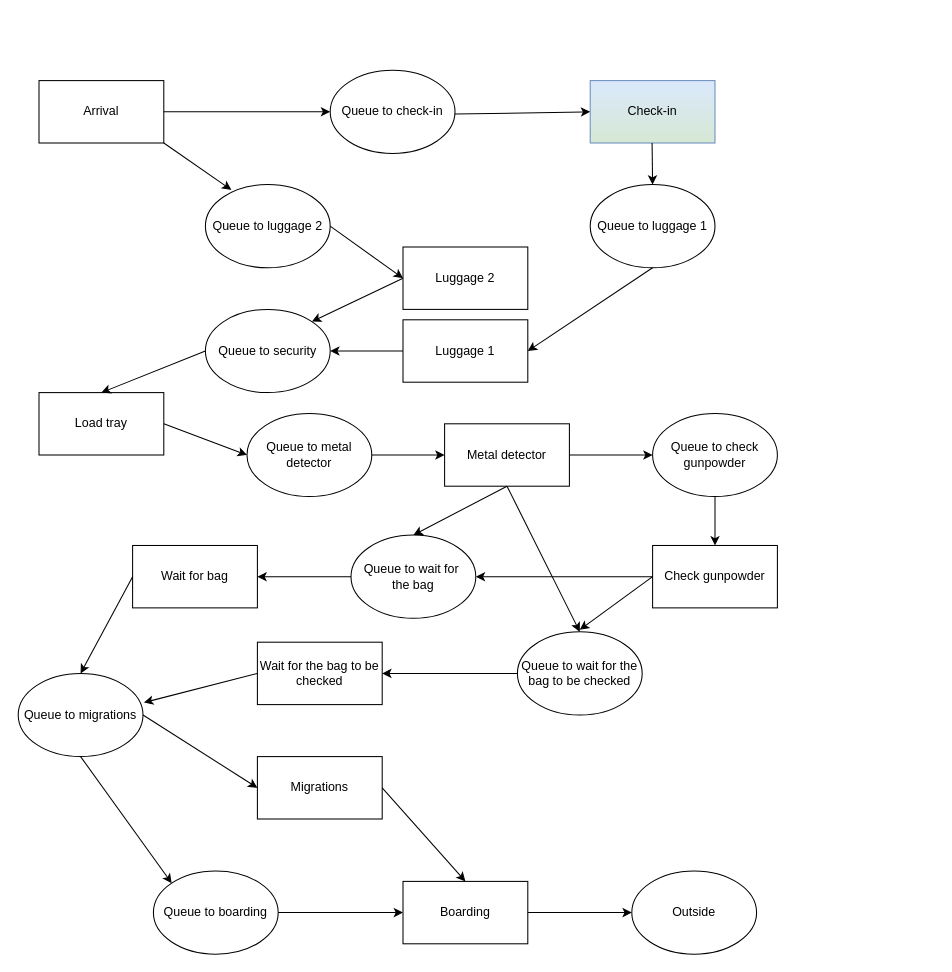
Above: Untitled Diagram.drawio in martabarretoramalho/SCM (draw.io), before the change. Source tidied: cells renumbered, new cells numbered last; positions are measured from the earlier drawing's top-left corner, leaving out a move shared by most shapes. Both pictures are drawn from the tidied source at 104%, with x=0, y=0 at pixel (18, 70).
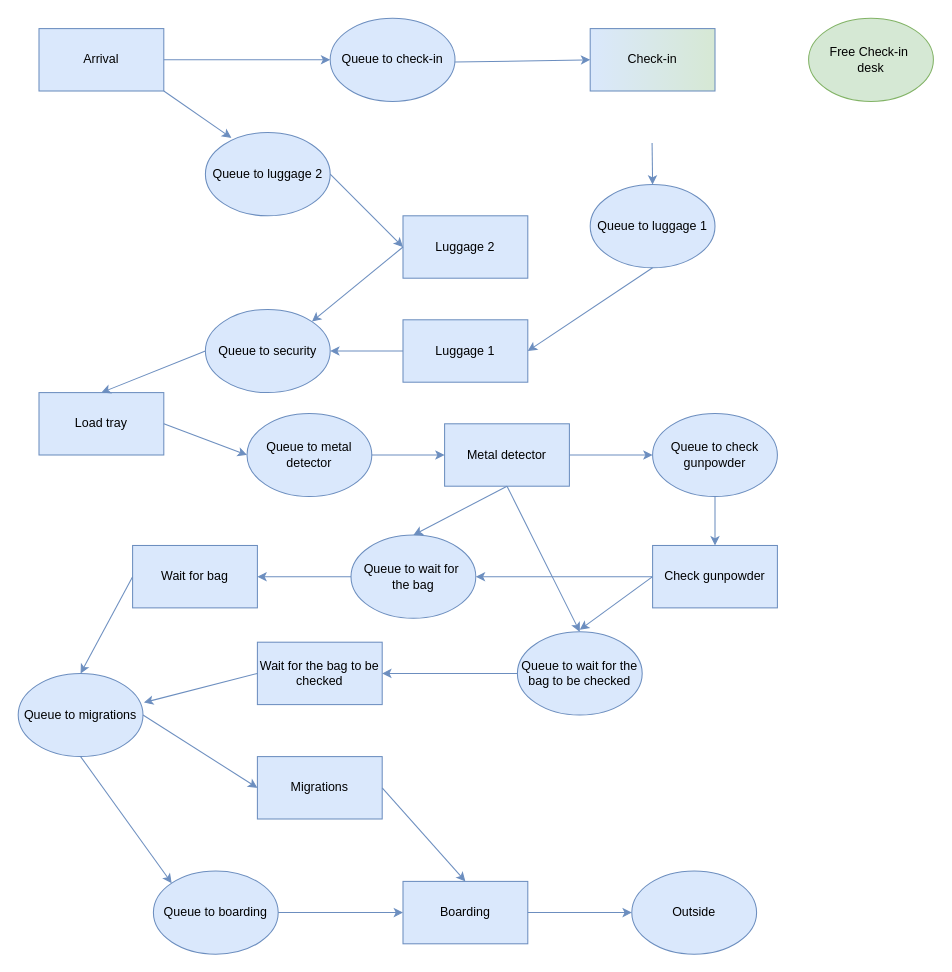
After the change.

What changed in the source:
```diff
@@
-    <mxCell id="2" value="Queue to check-in" style="ellipse;whiteSpace=wrap;html=1;" parent="1" vertex="1">
-      <mxGeometry x="300" width="120" height="80" as="geometry" />
+    <mxCell id="2" value="Queue to check-in" style="ellipse;whiteSpace=wrap;html=1;fillColor=#dae8fc;strokeColor=#6c8ebf;" parent="1" vertex="1">
+      <mxGeometry x="300" y="-50" width="120" height="80" as="geometry" />
     </mxCell>
-    <mxCell id="3" value="Arrival" style="rounded=0;whiteSpace=wrap;html=1;" parent="1" vertex="1">
-      <mxGeometry x="20" y="10" width="120" height="60" as="geometry" />
+    <mxCell id="3" value="Arrival" style="rounded=0;whiteSpace=wrap;html=1;fillColor=#dae8fc;strokeColor=#6c8ebf;" parent="1" vertex="1">
+      <mxGeometry x="20" y="-40" width="120" height="60" as="geometry" />
     </mxCell>
-    <mxCell id="4" value="Check-in" style="rounded=0;whiteSpace=wrap;html=1;fillColor=#dae8fc;strokeColor=#6c8ebf;gradientColor=#d6e8d4;" parent="1" vertex="1">
-      <mxGeometry x="550" y="10" width="120" height="60" as="geometry" />
+    <mxCell id="4" value="Check-in" style="rounded=0;whiteSpace=wrap;html=1;fillColor=#dae8fc;gradientDirection=east;strokeColor=#6c8ebf;gradientColor=#d6e8d4;" parent="1" vertex="1">
+      <mxGeometry x="550" y="-40" width="120" height="60" as="geometry" />
     </mxCell>
-    <mxCell id="5" value="Queue to luggage 1" style="ellipse;whiteSpace=wrap;html=1;" parent="1" vertex="1">
+    <mxCell id="5" value="Queue to luggage 1" style="ellipse;whiteSpace=wrap;html=1;fillColor=#dae8fc;strokeColor=#6c8ebf;" parent="1" vertex="1">
       <mxGeometry x="550" y="110" width="120" height="80" as="geometry" />
     </mxCell>
-    <mxCell id="6" value="Luggage 1" style="rounded=0;whiteSpace=wrap;html=1;" parent="1" vertex="1">
+    <mxCell id="6" value="Luggage 1" style="rounded=0;whiteSpace=wrap;html=1;fillColor=#dae8fc;strokeColor=#6c8ebf;" parent="1" vertex="1">
       <mxGeometry x="370" y="240" width="120" height="60" as="geometry" />
     </mxCell>
-    <mxCell id="7" value="Queue to luggage 2" style="ellipse;whiteSpace=wrap;html=1;" parent="1" vertex="1">
-      <mxGeometry x="180" y="110" width="120" height="80" as="geometry" />
+    <mxCell id="7" value="Queue to luggage 2" style="ellipse;whiteSpace=wrap;html=1;fillColor=#dae8fc;strokeColor=#6c8ebf;" parent="1" vertex="1">
+      <mxGeometry x="180" y="60" width="120" height="80" as="geometry" />
     </mxCell>
-    <mxCell id="8" value="Luggage 2" style="rounded=0;whiteSpace=wrap;html=1;" parent="1" vertex="1">
-      <mxGeometry x="370" y="170" width="120" height="60" as="geometry" />
+    <mxCell id="8" value="Luggage 2" style="rounded=0;whiteSpace=wrap;html=1;fillColor=#dae8fc;strokeColor=#6c8ebf;" parent="1" vertex="1">
+      <mxGeometry x="370" y="140" width="120" height="60" as="geometry" />
     </mxCell>
-    <mxCell id="9" value="Queue to security" style="ellipse;whiteSpace=wrap;html=1;" parent="1" vertex="1">
+    <mxCell id="9" value="Queue to security" style="ellipse;whiteSpace=wrap;html=1;fillColor=#dae8fc;strokeColor=#6c8ebf;" parent="1" vertex="1">
       <mxGeometry x="180" y="230" width="120" height="80" as="geometry" />
     </mxCell>
-    <mxCell id="10" value="Load tray" style="rounded=0;whiteSpace=wrap;html=1;" parent="1" vertex="1">
+    <mxCell id="10" value="Load tray" style="rounded=0;whiteSpace=wrap;html=1;fillColor=#dae8fc;strokeColor=#6c8ebf;" parent="1" vertex="1">
       <mxGeometry x="20" y="310" width="120" height="60" as="geometry" />
     </mxCell>
-    <mxCell id="11" value="Queue to migrations" style="ellipse;whiteSpace=wrap;html=1;" parent="1" vertex="1">
+    <mxCell id="11" value="Queue to migrations" style="ellipse;whiteSpace=wrap;html=1;fillColor=#dae8fc;strokeColor=#6c8ebf;" parent="1" vertex="1">
       <mxGeometry y="580" width="120" height="80" as="geometry" />
     </mxCell>
-    <mxCell id="12" value="Migrations" style="rounded=0;whiteSpace=wrap;html=1;" parent="1" vertex="1">
+    <mxCell id="12" value="Migrations" style="rounded=0;whiteSpace=wrap;html=1;fillColor=#dae8fc;strokeColor=#6c8ebf;" parent="1" vertex="1">
       <mxGeometry x="230" y="660" width="120" height="60" as="geometry" />
     </mxCell>
-    <mxCell id="13" value="Queue to boarding" style="ellipse;whiteSpace=wrap;html=1;" parent="1" vertex="1">
+    <mxCell id="13" value="Queue to boarding" style="ellipse;whiteSpace=wrap;html=1;fillColor=#dae8fc;strokeColor=#6c8ebf;" parent="1" vertex="1">
       <mxGeometry x="130" y="770" width="120" height="80" as="geometry" />
     </mxCell>
-    <mxCell id="14" value="Boarding" style="rounded=0;whiteSpace=wrap;html=1;" parent="1" vertex="1">
+    <mxCell id="14" value="Boarding" style="rounded=0;whiteSpace=wrap;html=1;fillColor=#dae8fc;strokeColor=#6c8ebf;" parent="1" vertex="1">
       <mxGeometry x="370" y="780" width="120" height="60" as="geometry" />
     </mxCell>
-    <mxCell id="15" value="Outside" style="ellipse;whiteSpace=wrap;html=1;" parent="1" vertex="1">
+    <mxCell id="15" value="Outside" style="ellipse;whiteSpace=wrap;html=1;fillColor=#dae8fc;strokeColor=#6c8ebf;" parent="1" vertex="1">
       <mxGeometry x="590" y="770" width="120" height="80" as="geometry" />
     </mxCell>
-    <mxCell id="16" style="endArrow=classic;html=1;rounded=0;" parent="1" edge="1" source="3" target="2">
+    <mxCell id="16" style="endArrow=classic;html=1;rounded=0;fillColor=#dae8fc;strokeColor=#6c8ebf;" parent="1" edge="1" source="3" target="2">
       <mxGeometry relative="1" as="geometry" />
     </mxCell>
-    <mxCell id="17" style="endArrow=classic;html=1;rounded=0;" parent="1" edge="1" source="2" target="4">
+    <mxCell id="17" style="endArrow=classic;html=1;rounded=0;fillColor=#dae8fc;strokeColor=#6c8ebf;" parent="1" edge="1" source="2" target="4">
       <mxGeometry relative="1" as="geometry" />
     </mxCell>
-    <mxCell id="18" style="endArrow=classic;html=1;rounded=0;entryX=0.5;entryY=0;entryDx=0;entryDy=0;" parent="1" edge="1" target="5">
+    <mxCell id="18" style="endArrow=classic;html=1;rounded=0;entryX=0.5;entryY=0;entryDx=0;entryDy=0;fillColor=#dae8fc;strokeColor=#6c8ebf;" parent="1" edge="1" target="5">
       <mxGeometry relative="1" as="geometry">
         <mxPoint x="609.5" y="70" as="sourcePoint" />
       </mxGeometry>
     </mxCell>
-    <mxCell id="19" style="endArrow=classic;html=1;rounded=0;exitX=0.5;exitY=1;exitDx=0;exitDy=0;entryX=1;entryY=0.5;entryDx=0;entryDy=0;" parent="1" edge="1" source="5" target="6">
+    <mxCell id="19" style="endArrow=classic;html=1;rounded=0;exitX=0.5;exitY=1;exitDx=0;exitDy=0;entryX=1;entryY=0.5;entryDx=0;entryDy=0;fillColor=#dae8fc;strokeColor=#6c8ebf;" parent="1" edge="1" source="5" target="6">
       <mxGeometry relative="1" as="geometry" />
     </mxCell>
-    <mxCell id="20" style="endArrow=classic;html=1;rounded=0;exitX=1;exitY=1;exitDx=0;exitDy=0;entryX=0.208;entryY=0.063;entryDx=0;entryDy=0;entryPerimeter=0;" parent="1" edge="1" source="3" target="7">
+    <mxCell id="20" style="endArrow=classic;html=1;rounded=0;exitX=1;exitY=1;exitDx=0;exitDy=0;entryX=0.208;entryY=0.063;entryDx=0;entryDy=0;entryPerimeter=0;fillColor=#dae8fc;strokeColor=#6c8ebf;" parent="1" edge="1" source="3" target="7">
       <mxGeometry relative="1" as="geometry" />
     </mxCell>
-    <mxCell id="21" style="endArrow=classic;html=1;rounded=0;exitX=1;exitY=0.5;exitDx=0;exitDy=0;entryX=0;entryY=0.5;entryDx=0;entryDy=0;" parent="1" edge="1" source="7" target="8">
+    <mxCell id="21" style="endArrow=classic;html=1;rounded=0;exitX=1;exitY=0.5;exitDx=0;exitDy=0;entryX=0;entryY=0.5;entryDx=0;entryDy=0;fillColor=#dae8fc;strokeColor=#6c8ebf;" parent="1" edge="1" source="7" target="8">
       <mxGeometry relative="1" as="geometry" />
     </mxCell>
-    <mxCell id="22" style="endArrow=classic;html=1;rounded=0;entryX=1;entryY=0.5;entryDx=0;entryDy=0;exitX=0;exitY=0.5;exitDx=0;exitDy=0;" parent="1" edge="1" source="6" target="9">
+    <mxCell id="22" style="endArrow=classic;html=1;rounded=0;entryX=1;entryY=0.5;entryDx=0;entryDy=0;exitX=0;exitY=0.5;exitDx=0;exitDy=0;fillColor=#dae8fc;strokeColor=#6c8ebf;" parent="1" edge="1" source="6" target="9">
       <mxGeometry relative="1" as="geometry" />
     </mxCell>
-    <mxCell id="23" style="endArrow=classic;html=1;rounded=0;exitX=0;exitY=0.5;exitDx=0;exitDy=0;entryX=0.5;entryY=0;entryDx=0;entryDy=0;" parent="1" edge="1" source="9" target="10">
+    <mxCell id="23" style="endArrow=classic;html=1;rounded=0;exitX=0;exitY=0.5;exitDx=0;exitDy=0;entryX=0.5;entryY=0;entryDx=0;entryDy=0;fillColor=#dae8fc;strokeColor=#6c8ebf;" parent="1" edge="1" source="9" target="10">
       <mxGeometry relative="1" as="geometry" />
     </mxCell>
-    <mxCell id="24" style="endArrow=classic;html=1;rounded=0;exitX=1;exitY=0.5;exitDx=0;exitDy=0;entryX=0;entryY=0.5;entryDx=0;entryDy=0;" parent="1" edge="1" source="13" target="14">
+    <mxCell id="24" style="endArrow=classic;html=1;rounded=0;exitX=1;exitY=0.5;exitDx=0;exitDy=0;entryX=0;entryY=0.5;entryDx=0;entryDy=0;fillColor=#dae8fc;strokeColor=#6c8ebf;" parent="1" edge="1" source="13" target="14">
       <mxGeometry relative="1" as="geometry" />
     </mxCell>
-    <mxCell id="25" style="endArrow=classic;html=1;rounded=0;exitX=1;exitY=0.5;exitDx=0;exitDy=0;entryX=0.5;entryY=0;entryDx=0;entryDy=0;" parent="1" edge="1" source="12" target="14">
+    <mxCell id="25" style="endArrow=classic;html=1;rounded=0;exitX=1;exitY=0.5;exitDx=0;exitDy=0;entryX=0.5;entryY=0;entryDx=0;entryDy=0;fillColor=#dae8fc;strokeColor=#6c8ebf;" parent="1" edge="1" source="12" target="14">
       <mxGeometry relative="1" as="geometry" />
     </mxCell>
-    <mxCell id="26" style="endArrow=classic;html=1;rounded=0;exitX=0;exitY=0.5;exitDx=0;exitDy=0;entryX=1;entryY=0;entryDx=0;entryDy=0;" parent="1" edge="1" source="8" target="9">
+    <mxCell id="26" style="endArrow=classic;html=1;rounded=0;exitX=0;exitY=0.5;exitDx=0;exitDy=0;entryX=1;entryY=0;entryDx=0;entryDy=0;fillColor=#dae8fc;strokeColor=#6c8ebf;" parent="1" edge="1" source="8" target="9">
       <mxGeometry relative="1" as="geometry" />
     </mxCell>
-    <mxCell id="27" style="endArrow=classic;html=1;rounded=0;exitX=1;exitY=0.5;exitDx=0;exitDy=0;entryX=0;entryY=0.5;entryDx=0;entryDy=0;" parent="1" edge="1" source="11" target="12">
+    <mxCell id="27" style="endArrow=classic;html=1;rounded=0;exitX=1;exitY=0.5;exitDx=0;exitDy=0;entryX=0;entryY=0.5;entryDx=0;entryDy=0;fillColor=#dae8fc;strokeColor=#6c8ebf;" parent="1" edge="1" source="11" target="12">
       <mxGeometry relative="1" as="geometry" />
     </mxCell>
-    <mxCell id="28" style="endArrow=classic;html=1;rounded=0;exitX=1;exitY=0.5;exitDx=0;exitDy=0;entryX=0;entryY=0.5;entryDx=0;entryDy=0;" parent="1" edge="1" source="10" target="29">
+    <mxCell id="28" style="endArrow=classic;html=1;rounded=0;exitX=1;exitY=0.5;exitDx=0;exitDy=0;entryX=0;entryY=0.5;entryDx=0;entryDy=0;fillColor=#dae8fc;strokeColor=#6c8ebf;" parent="1" edge="1" source="10" target="29">
       <mxGeometry relative="1" as="geometry" />
     </mxCell>
-    <mxCell id="29" value="Queue to metal detector" style="ellipse;whiteSpace=wrap;html=1;" parent="1" vertex="1">
+    <mxCell id="29" value="Queue to metal detector" style="ellipse;whiteSpace=wrap;html=1;fillColor=#dae8fc;strokeColor=#6c8ebf;" parent="1" vertex="1">
       <mxGeometry x="220" y="330" width="120" height="80" as="geometry" />
     </mxCell>
-    <mxCell id="30" value="Metal detector" style="rounded=0;whiteSpace=wrap;html=1;" parent="1" vertex="1">
+    <mxCell id="30" value="Metal detector" style="rounded=0;whiteSpace=wrap;html=1;fillColor=#dae8fc;strokeColor=#6c8ebf;" parent="1" vertex="1">
       <mxGeometry x="410" y="340" width="120" height="60" as="geometry" />
     </mxCell>
-    <mxCell id="31" style="endArrow=classic;html=1;rounded=0;exitX=1;exitY=0.5;exitDx=0;exitDy=0;entryX=0;entryY=0.5;entryDx=0;entryDy=0;" parent="1" edge="1" source="29" target="30">
+    <mxCell id="31" style="endArrow=classic;html=1;rounded=0;exitX=1;exitY=0.5;exitDx=0;exitDy=0;entryX=0;entryY=0.5;entryDx=0;entryDy=0;fillColor=#dae8fc;strokeColor=#6c8ebf;" parent="1" edge="1" source="29" target="30">
       <mxGeometry relative="1" as="geometry" />
     </mxCell>
-    <mxCell id="32" style="edgeStyle=orthogonalEdgeStyle;rounded=0;jettySize=auto;html=1;" parent="1" edge="1" source="33" target="35">
+    <mxCell id="32" style="edgeStyle=orthogonalEdgeStyle;rounded=0;jettySize=auto;html=1;fillColor=#dae8fc;strokeColor=#6c8ebf;" parent="1" edge="1" source="33" target="35">
       <mxGeometry relative="1" as="geometry" />
     </mxCell>
-    <mxCell id="33" value="Queue to check gunpowder" style="ellipse;whiteSpace=wrap;html=1;" parent="1" vertex="1">
+    <mxCell id="33" value="Queue to check gunpowder" style="ellipse;whiteSpace=wrap;html=1;fillColor=#dae8fc;strokeColor=#6c8ebf;" parent="1" vertex="1">
       <mxGeometry x="610" y="330" width="120" height="80" as="geometry" />
     </mxCell>
-    <mxCell id="34" style="endArrow=classic;html=1;rounded=0;exitX=1;exitY=0.5;exitDx=0;exitDy=0;entryX=0;entryY=0.5;entryDx=0;entryDy=0;" parent="1" edge="1" source="30" target="33">
+    <mxCell id="34" style="endArrow=classic;html=1;rounded=0;exitX=1;exitY=0.5;exitDx=0;exitDy=0;entryX=0;entryY=0.5;entryDx=0;entryDy=0;fillColor=#dae8fc;strokeColor=#6c8ebf;" parent="1" edge="1" source="30" target="33">
       <mxGeometry relative="1" as="geometry" />
     </mxCell>
-    <mxCell id="35" value="Check gunpowder" style="rounded=0;whiteSpace=wrap;html=1;" parent="1" vertex="1">
+    <mxCell id="35" value="Check gunpowder" style="rounded=0;whiteSpace=wrap;html=1;fillColor=#dae8fc;strokeColor=#6c8ebf;" parent="1" vertex="1">
       <mxGeometry x="610" y="457" width="120" height="60" as="geometry" />
     </mxCell>
-    <mxCell id="36" value="Queue to wait for&amp;nbsp;&lt;div&gt;the bag&lt;/div&gt;" style="ellipse;whiteSpace=wrap;html=1;" parent="1" vertex="1">
+    <mxCell id="36" value="Queue to wait for&amp;nbsp;&lt;div&gt;the bag&lt;/div&gt;" style="ellipse;whiteSpace=wrap;html=1;fillColor=#dae8fc;strokeColor=#6c8ebf;" parent="1" vertex="1">
       <mxGeometry x="320" y="447" width="120" height="80" as="geometry" />
     </mxCell>
-    <mxCell id="37" value="Queue to wait for the bag to be checked" style="ellipse;whiteSpace=wrap;html=1;" parent="1" vertex="1">
+    <mxCell id="37" value="Queue to wait for the bag to be checked" style="ellipse;whiteSpace=wrap;html=1;fillColor=#dae8fc;strokeColor=#6c8ebf;" parent="1" vertex="1">
       <mxGeometry x="480" y="540" width="120" height="80" as="geometry" />
     </mxCell>
-    <mxCell id="38" value="Wait for bag" style="rounded=0;whiteSpace=wrap;html=1;" parent="1" vertex="1">
+    <mxCell id="38" value="Wait for bag" style="rounded=0;whiteSpace=wrap;html=1;fillColor=#dae8fc;strokeColor=#6c8ebf;" parent="1" vertex="1">
       <mxGeometry x="110" y="457" width="120" height="60" as="geometry" />
     </mxCell>
-    <mxCell id="39" value="Wait for the bag to be checked" style="rounded=0;whiteSpace=wrap;html=1;" parent="1" vertex="1">
+    <mxCell id="39" value="Wait for the bag to be checked" style="rounded=0;whiteSpace=wrap;html=1;fillColor=#dae8fc;strokeColor=#6c8ebf;" parent="1" vertex="1">
       <mxGeometry x="230" y="550" width="120" height="60" as="geometry" />
     </mxCell>
-    <mxCell id="40" style="endArrow=classic;html=1;rounded=0;exitX=0.5;exitY=1;exitDx=0;exitDy=0;entryX=0.5;entryY=0;entryDx=0;entryDy=0;" parent="1" edge="1" source="30" target="36">
+    <mxCell id="40" style="endArrow=classic;html=1;rounded=0;exitX=0.5;exitY=1;exitDx=0;exitDy=0;entryX=0.5;entryY=0;entryDx=0;entryDy=0;fillColor=#dae8fc;strokeColor=#6c8ebf;" parent="1" edge="1" source="30" target="36">
       <mxGeometry relative="1" as="geometry" />
     </mxCell>
-    <mxCell id="41" style="endArrow=classic;html=1;rounded=0;exitX=0;exitY=0.5;exitDx=0;exitDy=0;entryX=1;entryY=0.5;entryDx=0;entryDy=0;" parent="1" edge="1" source="35" target="36">
+    <mxCell id="41" style="endArrow=classic;html=1;rounded=0;exitX=0;exitY=0.5;exitDx=0;exitDy=0;entryX=1;entryY=0.5;entryDx=0;entryDy=0;fillColor=#dae8fc;strokeColor=#6c8ebf;" parent="1" edge="1" source="35" target="36">
       <mxGeometry relative="1" as="geometry" />
     </mxCell>
-    <mxCell id="42" style="endArrow=classic;html=1;rounded=0;exitX=0;exitY=0.5;exitDx=0;exitDy=0;entryX=1;entryY=0.5;entryDx=0;entryDy=0;" parent="1" edge="1" source="36" target="38">
+    <mxCell id="42" style="endArrow=classic;html=1;rounded=0;exitX=0;exitY=0.5;exitDx=0;exitDy=0;entryX=1;entryY=0.5;entryDx=0;entryDy=0;fillColor=#dae8fc;strokeColor=#6c8ebf;" parent="1" edge="1" source="36" target="38">
       <mxGeometry relative="1" as="geometry" />
     </mxCell>
-    <mxCell id="43" style="endArrow=classic;html=1;rounded=0;exitX=0.5;exitY=1;exitDx=0;exitDy=0;entryX=0.5;entryY=0;entryDx=0;entryDy=0;" parent="1" edge="1" source="30" target="37">
+    <mxCell id="43" style="endArrow=classic;html=1;rounded=0;exitX=0.5;exitY=1;exitDx=0;exitDy=0;entryX=0.5;entryY=0;entryDx=0;entryDy=0;fillColor=#dae8fc;strokeColor=#6c8ebf;" parent="1" edge="1" source="30" target="37">
       <mxGeometry relative="1" as="geometry" />
     </mxCell>
-    <mxCell id="44" style="endArrow=classic;html=1;rounded=0;exitX=0;exitY=0.5;exitDx=0;exitDy=0;entryX=1;entryY=0.5;entryDx=0;entryDy=0;" parent="1" edge="1" source="37" target="39">
+    <mxCell id="44" style="endArrow=classic;html=1;rounded=0;exitX=0;exitY=0.5;exitDx=0;exitDy=0;entryX=1;entryY=0.5;entryDx=0;entryDy=0;fillColor=#dae8fc;strokeColor=#6c8ebf;" parent="1" edge="1" source="37" target="39">
       <mxGeometry relative="1" as="geometry" />
     </mxCell>
-    <mxCell id="45" style="endArrow=classic;html=1;rounded=0;exitX=0;exitY=0.5;exitDx=0;exitDy=0;" parent="1" edge="1" source="35">
+    <mxCell id="45" style="endArrow=classic;html=1;rounded=0;exitX=0;exitY=0.5;exitDx=0;exitDy=0;fillColor=#dae8fc;strokeColor=#6c8ebf;" parent="1" edge="1" source="35">
       <mxGeometry relative="1" as="geometry">
         <mxPoint x="540" y="538" as="targetPoint" />
       </mxGeometry>
     </mxCell>
-    <mxCell id="46" style="endArrow=classic;html=1;rounded=0;exitX=0;exitY=0.5;exitDx=0;exitDy=0;entryX=0.5;entryY=0;entryDx=0;entryDy=0;" parent="1" edge="1" source="38" target="11">
+    <mxCell id="46" style="endArrow=classic;html=1;rounded=0;exitX=0;exitY=0.5;exitDx=0;exitDy=0;entryX=0.5;entryY=0;entryDx=0;entryDy=0;fillColor=#dae8fc;strokeColor=#6c8ebf;" parent="1" edge="1" source="38" target="11">
       <mxGeometry relative="1" as="geometry" />
     </mxCell>
-    <mxCell id="47" style="endArrow=classic;html=1;rounded=0;exitX=0;exitY=0.5;exitDx=0;exitDy=0;entryX=1.008;entryY=0.35;entryDx=0;entryDy=0;entryPerimeter=0;" parent="1" edge="1" source="39" target="11">
+    <mxCell id="47" style="endArrow=classic;html=1;rounded=0;exitX=0;exitY=0.5;exitDx=0;exitDy=0;entryX=1.008;entryY=0.35;entryDx=0;entryDy=0;entryPerimeter=0;fillColor=#dae8fc;strokeColor=#6c8ebf;" parent="1" edge="1" source="39" target="11">
       <mxGeometry relative="1" as="geometry" />
     </mxCell>
-    <mxCell id="48" style="endArrow=classic;html=1;rounded=0;exitX=0.5;exitY=1;exitDx=0;exitDy=0;entryX=0;entryY=0;entryDx=0;entryDy=0;" parent="1" edge="1" source="11" target="13">
+    <mxCell id="48" style="endArrow=classic;html=1;rounded=0;exitX=0.5;exitY=1;exitDx=0;exitDy=0;entryX=0;entryY=0;entryDx=0;entryDy=0;fillColor=#dae8fc;strokeColor=#6c8ebf;" parent="1" edge="1" source="11" target="13">
       <mxGeometry relative="1" as="geometry" />
     </mxCell>
-    <mxCell id="49" style="endArrow=classic;html=1;rounded=0;exitX=1;exitY=0.5;exitDx=0;exitDy=0;entryX=0;entryY=0.5;entryDx=0;entryDy=0;" parent="1" edge="1" source="14" target="15">
+    <mxCell id="49" style="endArrow=classic;html=1;rounded=0;exitX=1;exitY=0.5;exitDx=0;exitDy=0;entryX=0;entryY=0.5;entryDx=0;entryDy=0;fillColor=#dae8fc;strokeColor=#6c8ebf;" parent="1" edge="1" source="14" target="15">
       <mxGeometry relative="1" as="geometry" />
     </mxCell>
+    <mxCell id="50" value="Free Check-in&amp;nbsp;&lt;div&gt;desk&lt;/div&gt;" style="ellipse;whiteSpace=wrap;html=1;fillColor=#d5e8d4;strokeColor=#82b366;" parent="1" vertex="1">
+      <mxGeometry x="760" y="-50" width="120" height="80" as="geometry" />
+    </mxCell>
```
